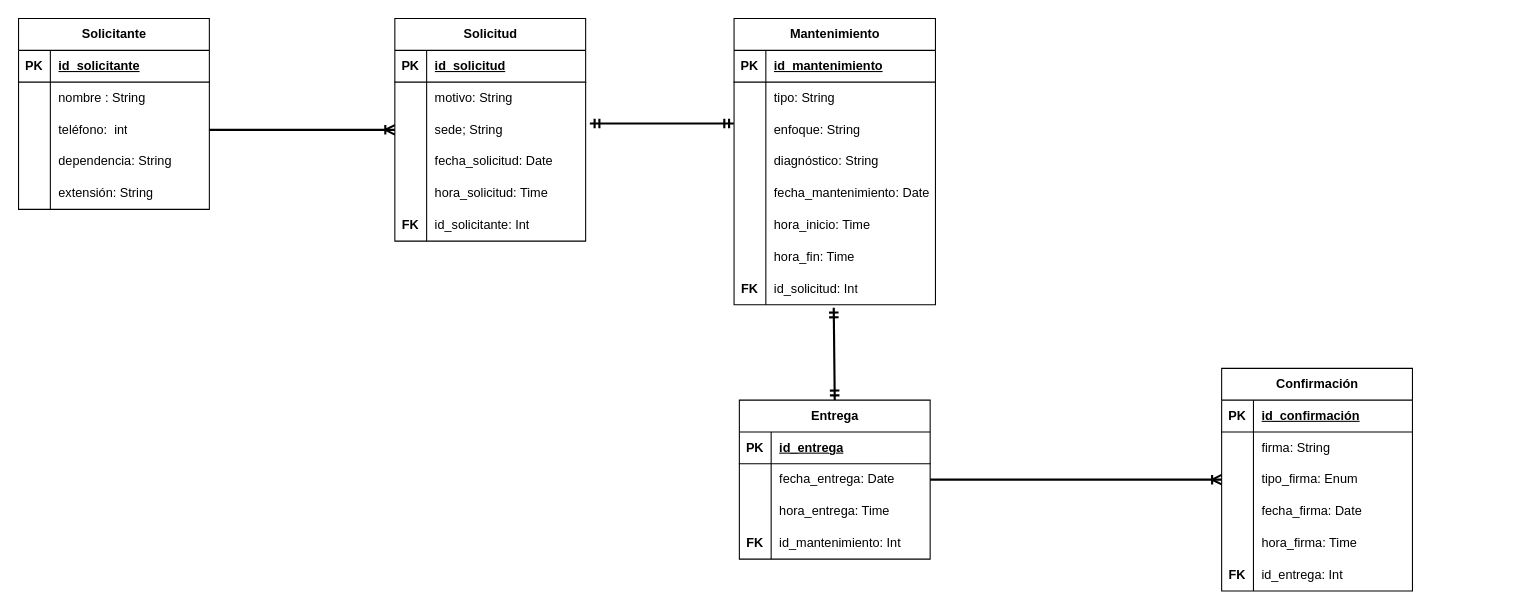
Earlier version of the draw.io diagram Relation model Software and hardware maintenance.drawio (DevKike/maintenance_management_system). Source tidied: cells renumbered, new cells numbered last; positions are measured from the earlier drawing's top-left corner, leaving out a move shared by most shapes. Both pictures are drawn from the tidied source at 106%, with x=0, y=0 at pixel (18, 18).
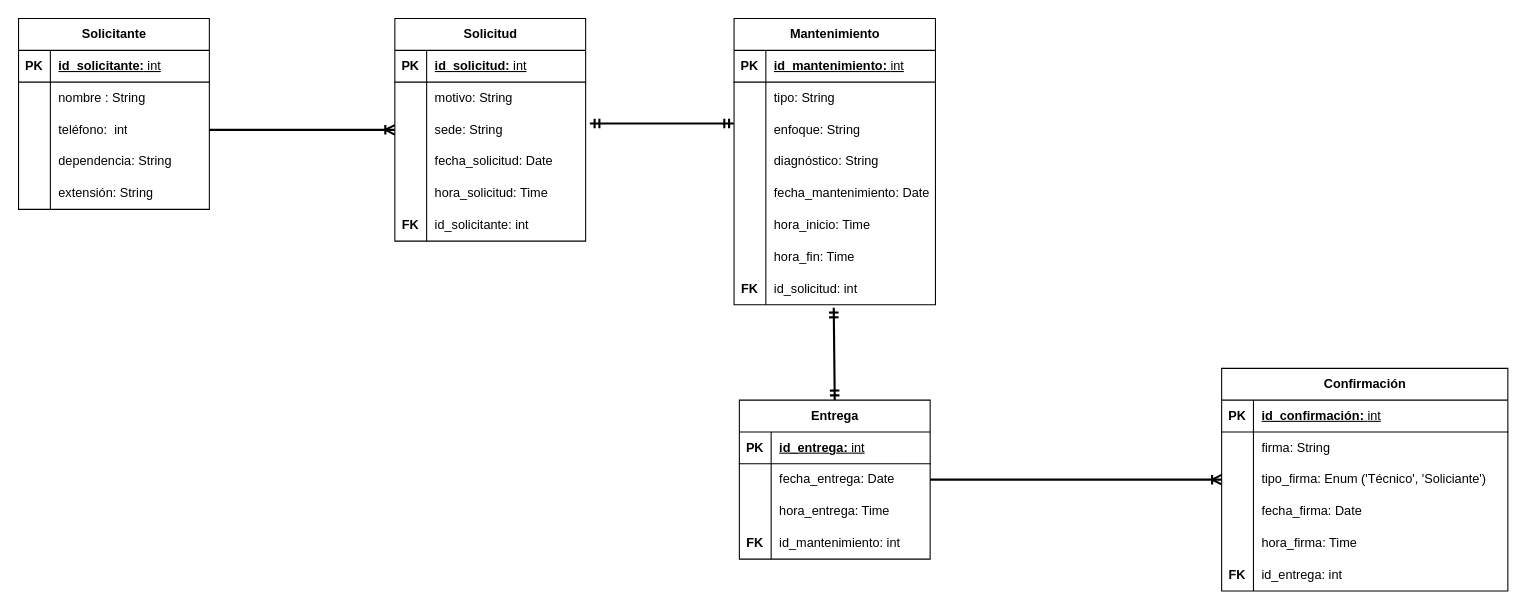
After the change.

Unchanged cells that the change refers to:
```xml
<mxCell id="3" style="shape=tableRow;horizontal=0;startSize=0;swimlaneHead=0;swimlaneBody=0;fillColor=none;top=0;left=0;right=0;bottom=1;" parent="2" vertex="1">
  <mxGeometry y="30" width="180" height="30" as="geometry" />
</mxCell>
<mxCell id="19" style="shape=tableRow;horizontal=0;startSize=0;swimlaneHead=0;swimlaneBody=0;fillColor=none;top=0;left=0;right=0;bottom=1;" parent="18" vertex="1">
  <mxGeometry y="30" width="180" height="30" as="geometry" />
</mxCell>
<mxCell id="25" style="shape=tableRow;horizontal=0;startSize=0;swimlaneHead=0;swimlaneBody=0;fillColor=none;points=[[0,0.5],[1,0.5]];portConstraint=eastwest;top=0;left=0;right=0;bottom=0;" parent="18" vertex="1">
  <mxGeometry y="90" width="180" height="30" as="geometry" />
</mxCell>
<mxCell id="34" style="shape=tableRow;horizontal=0;startSize=0;swimlaneHead=0;swimlaneBody=0;fillColor=none;top=0;left=0;right=0;bottom=0;" parent="18" vertex="1">
  <mxGeometry y="180" width="180" height="30" as="geometry" />
</mxCell>
<mxCell id="38" style="shape=tableRow;horizontal=0;startSize=0;swimlaneHead=0;swimlaneBody=0;fillColor=none;top=0;left=0;right=0;bottom=1;" parent="37" vertex="1">
  <mxGeometry y="30" width="190" height="30" as="geometry" />
</mxCell>
<mxCell id="59" style="shape=tableRow;horizontal=0;startSize=0;swimlaneHead=0;swimlaneBody=0;fillColor=none;points=[[0,0.5],[1,0.5]];portConstraint=eastwest;top=0;left=0;right=0;bottom=0;" parent="37" vertex="1">
  <mxGeometry y="240" width="190" height="30" as="geometry" />
</mxCell>
<mxCell id="85" style="shape=tableRow;horizontal=0;startSize=0;swimlaneHead=0;swimlaneBody=0;fillColor=none;top=0;left=0;right=0;bottom=1;" parent="84" vertex="1">
  <mxGeometry y="30" width="180" height="30" as="geometry" />
</mxCell>
<mxCell id="94" style="shape=tableRow;horizontal=0;startSize=0;swimlaneHead=0;swimlaneBody=0;fillColor=none;top=0;left=0;right=0;bottom=0;" parent="84" vertex="1">
  <mxGeometry y="120" width="180" height="30" as="geometry" />
</mxCell>
```

The edit, as a diff of the source:
```diff
@@
-    <mxCell id="5" value="id_solicitante" style="shape=partialRectangle;fillColor=none;top=0;left=0;bottom=0;right=0;align=left;spacingLeft=6;fontStyle=5;overflow=hidden;whiteSpace=wrap;html=1;" parent="3" vertex="1">
+    <mxCell id="5" value="id_solicitante:&lt;span style=&quot;font-weight: normal;&quot;&gt;&amp;nbsp;int&lt;/span&gt;" style="shape=partialRectangle;fillColor=none;top=0;left=0;bottom=0;right=0;align=left;spacingLeft=6;fontStyle=5;overflow=hidden;whiteSpace=wrap;html=1;" parent="3" vertex="1">
       <mxGeometry x="30" width="150" height="30" as="geometry" />
     </mxCell>
@@
-    <mxCell id="21" value="id_solicitud" style="shape=partialRectangle;fillColor=none;top=0;left=0;bottom=0;right=0;align=left;spacingLeft=6;fontStyle=5;overflow=hidden;whiteSpace=wrap;html=1;" parent="19" vertex="1">
+    <mxCell id="21" value="id_solicitud: &lt;span style=&quot;font-weight: normal;&quot;&gt;int&lt;/span&gt;" style="shape=partialRectangle;fillColor=none;top=0;left=0;bottom=0;right=0;align=left;spacingLeft=6;fontStyle=5;overflow=hidden;whiteSpace=wrap;html=1;" parent="19" vertex="1">
       <mxGeometry x="30" width="150" height="30" as="geometry" />
     </mxCell>
@@
-    <mxCell id="27" value="sede; String" style="shape=partialRectangle;fillColor=none;top=0;left=0;bottom=0;right=0;align=left;spacingLeft=6;overflow=hidden;whiteSpace=wrap;html=1;" parent="25" vertex="1">
+    <mxCell id="27" value="sede: String" style="shape=partialRectangle;fillColor=none;top=0;left=0;bottom=0;right=0;align=left;spacingLeft=6;overflow=hidden;whiteSpace=wrap;html=1;" parent="25" vertex="1">
       <mxGeometry x="30" width="150" height="30" as="geometry" />
     </mxCell>
@@
-    <mxCell id="36" value="id_solicitante: Int" style="shape=partialRectangle;fillColor=none;top=0;left=0;bottom=0;right=0;align=left;spacingLeft=6;overflow=hidden;whiteSpace=wrap;html=1;" parent="34" vertex="1">
+    <mxCell id="36" value="id_solicitante: int" style="shape=partialRectangle;fillColor=none;top=0;left=0;bottom=0;right=0;align=left;spacingLeft=6;overflow=hidden;whiteSpace=wrap;html=1;" parent="34" vertex="1">
       <mxGeometry x="30" width="150" height="30" as="geometry" />
     </mxCell>
@@
-    <mxCell id="40" value="id_mantenimiento" style="shape=partialRectangle;fillColor=none;top=0;left=0;bottom=0;right=0;align=left;spacingLeft=6;fontStyle=5;overflow=hidden;whiteSpace=wrap;html=1;" parent="38" vertex="1">
+    <mxCell id="40" value="id_mantenimiento: &lt;span style=&quot;font-weight: normal;&quot;&gt;int&lt;/span&gt;" style="shape=partialRectangle;fillColor=none;top=0;left=0;bottom=0;right=0;align=left;spacingLeft=6;fontStyle=5;overflow=hidden;whiteSpace=wrap;html=1;" parent="38" vertex="1">
       <mxGeometry x="30" width="160" height="30" as="geometry" />
     </mxCell>
@@
-    <mxCell id="61" value="id_solicitud: Int" style="shape=partialRectangle;fillColor=none;top=0;left=0;bottom=0;right=0;align=left;spacingLeft=6;overflow=hidden;whiteSpace=wrap;html=1;" parent="59" vertex="1">
+    <mxCell id="61" value="id_solicitud: int" style="shape=partialRectangle;fillColor=none;top=0;left=0;bottom=0;right=0;align=left;spacingLeft=6;overflow=hidden;whiteSpace=wrap;html=1;" parent="59" vertex="1">
       <mxGeometry x="30" width="160" height="30" as="geometry" />
     </mxCell>
@@
     <mxCell id="65" value="Confirmación" style="shape=table;startSize=30;childLayout=tableLayout;rowLines=0;fontStyle=1;align=center;html=1;" parent="1" vertex="1">
-      <mxGeometry x="1135" y="330" width="180" height="210" as="geometry" />
+      <mxGeometry x="1135" y="330" width="270" height="210" as="geometry" />
     </mxCell>
     <mxCell id="66" style="shape=tableRow;horizontal=0;startSize=0;swimlaneHead=0;swimlaneBody=0;fillColor=none;top=0;left=0;right=0;bottom=1;" parent="65" vertex="1">
-      <mxGeometry y="30" width="180" height="30" as="geometry" />
+      <mxGeometry y="30" width="270" height="30" as="geometry" />
     </mxCell>
@@
-    <mxCell id="68" value="id_confirmación" style="shape=partialRectangle;fillColor=none;top=0;left=0;bottom=0;right=0;align=left;spacingLeft=6;fontStyle=5;overflow=hidden;whiteSpace=wrap;html=1;" parent="66" vertex="1">
-      <mxGeometry x="30" width="150" height="30" as="geometry" />
+    <mxCell id="68" value="id_confirmación: &lt;span style=&quot;font-weight: normal;&quot;&gt;int&lt;/span&gt;" style="shape=partialRectangle;fillColor=none;top=0;left=0;bottom=0;right=0;align=left;spacingLeft=6;fontStyle=5;overflow=hidden;whiteSpace=wrap;html=1;" parent="66" vertex="1">
+      <mxGeometry x="30" width="240" height="30" as="geometry" />
     </mxCell>
     <mxCell id="69" style="shape=tableRow;horizontal=0;startSize=0;swimlaneHead=0;swimlaneBody=0;fillColor=none;top=0;left=0;right=0;bottom=0;" parent="65" vertex="1">
-      <mxGeometry y="60" width="180" height="30" as="geometry" />
+      <mxGeometry y="60" width="270" height="30" as="geometry" />
     </mxCell>
@@
     <mxCell id="71" value="firma: String" style="shape=partialRectangle;fillColor=none;top=0;left=0;bottom=0;right=0;align=left;spacingLeft=6;overflow=hidden;whiteSpace=wrap;html=1;" parent="69" vertex="1">
-      <mxGeometry x="30" width="150" height="30" as="geometry" />
+      <mxGeometry x="30" width="240" height="30" as="geometry" />
     </mxCell>
     <mxCell id="72" style="shape=tableRow;horizontal=0;startSize=0;swimlaneHead=0;swimlaneBody=0;fillColor=none;points=[[0,0.5],[1,0.5]];portConstraint=eastwest;top=0;left=0;right=0;bottom=0;" parent="65" vertex="1">
-      <mxGeometry y="90" width="180" height="30" as="geometry" />
+      <mxGeometry y="90" width="270" height="30" as="geometry" />
     </mxCell>
@@
-    <mxCell id="74" value="tipo_firma: Enum" style="shape=partialRectangle;fillColor=none;top=0;left=0;bottom=0;right=0;align=left;spacingLeft=6;overflow=hidden;whiteSpace=wrap;html=1;" parent="72" vertex="1">
-      <mxGeometry x="30" width="150" height="30" as="geometry" />
+    <mxCell id="74" value="tipo_firma: Enum ('Técnico', 'Soliciante')" style="shape=partialRectangle;fillColor=none;top=0;left=0;bottom=0;right=0;align=left;spacingLeft=6;overflow=hidden;whiteSpace=wrap;html=1;" parent="72" vertex="1">
+      <mxGeometry x="30" width="240" height="30" as="geometry" />
     </mxCell>
     <mxCell id="75" style="shape=tableRow;horizontal=0;startSize=0;swimlaneHead=0;swimlaneBody=0;fillColor=none;top=0;left=0;right=0;bottom=0;" parent="65" vertex="1">
-      <mxGeometry y="120" width="180" height="30" as="geometry" />
+      <mxGeometry y="120" width="270" height="30" as="geometry" />
     </mxCell>
@@
     <mxCell id="77" value="fecha_firma: Date" style="shape=partialRectangle;fillColor=none;top=0;left=0;bottom=0;right=0;align=left;spacingLeft=6;overflow=hidden;whiteSpace=wrap;html=1;" parent="75" vertex="1">
-      <mxGeometry x="30" width="150" height="30" as="geometry" />
+      <mxGeometry x="30" width="240" height="30" as="geometry" />
     </mxCell>
     <mxCell id="78" style="shape=tableRow;horizontal=0;startSize=0;swimlaneHead=0;swimlaneBody=0;fillColor=none;top=0;left=0;right=0;bottom=0;" parent="65" vertex="1">
-      <mxGeometry y="150" width="180" height="30" as="geometry" />
+      <mxGeometry y="150" width="270" height="30" as="geometry" />
     </mxCell>
@@
     <mxCell id="80" value="hora_firma: Time" style="shape=partialRectangle;fillColor=none;top=0;left=0;bottom=0;right=0;align=left;spacingLeft=6;overflow=hidden;whiteSpace=wrap;html=1;" parent="78" vertex="1">
-      <mxGeometry x="30" width="150" height="30" as="geometry" />
+      <mxGeometry x="30" width="240" height="30" as="geometry" />
     </mxCell>
     <mxCell id="81" style="shape=tableRow;horizontal=0;startSize=0;swimlaneHead=0;swimlaneBody=0;fillColor=none;top=0;left=0;right=0;bottom=0;" parent="65" vertex="1">
-      <mxGeometry y="180" width="180" height="30" as="geometry" />
+      <mxGeometry y="180" width="270" height="30" as="geometry" />
     </mxCell>
@@
-    <mxCell id="83" value="id_entrega: Int" style="shape=partialRectangle;fillColor=none;top=0;left=0;bottom=0;right=0;align=left;spacingLeft=6;overflow=hidden;whiteSpace=wrap;html=1;" parent="81" vertex="1">
-      <mxGeometry x="30" width="150" height="30" as="geometry" />
+    <mxCell id="83" value="id_entrega: int" style="shape=partialRectangle;fillColor=none;top=0;left=0;bottom=0;right=0;align=left;spacingLeft=6;overflow=hidden;whiteSpace=wrap;html=1;" parent="81" vertex="1">
+      <mxGeometry x="30" width="240" height="30" as="geometry" />
     </mxCell>
@@
-    <mxCell id="87" value="id_entrega" style="shape=partialRectangle;fillColor=none;top=0;left=0;bottom=0;right=0;align=left;spacingLeft=6;fontStyle=5;overflow=hidden;whiteSpace=wrap;html=1;" parent="85" vertex="1">
+    <mxCell id="87" value="id_entrega: &lt;span style=&quot;font-weight: normal;&quot;&gt;int&lt;/span&gt;" style="shape=partialRectangle;fillColor=none;top=0;left=0;bottom=0;right=0;align=left;spacingLeft=6;fontStyle=5;overflow=hidden;whiteSpace=wrap;html=1;" parent="85" vertex="1">
       <mxGeometry x="30" width="150" height="30" as="geometry" />
     </mxCell>
@@
-    <mxCell id="96" value="id_mantenimiento: Int" style="shape=partialRectangle;fillColor=none;top=0;left=0;bottom=0;right=0;align=left;spacingLeft=6;overflow=hidden;whiteSpace=wrap;html=1;" parent="94" vertex="1">
+    <mxCell id="96" value="id_mantenimiento: int" style="shape=partialRectangle;fillColor=none;top=0;left=0;bottom=0;right=0;align=left;spacingLeft=6;overflow=hidden;whiteSpace=wrap;html=1;" parent="94" vertex="1">
       <mxGeometry x="30" width="150" height="30" as="geometry" />
     </mxCell>
```
